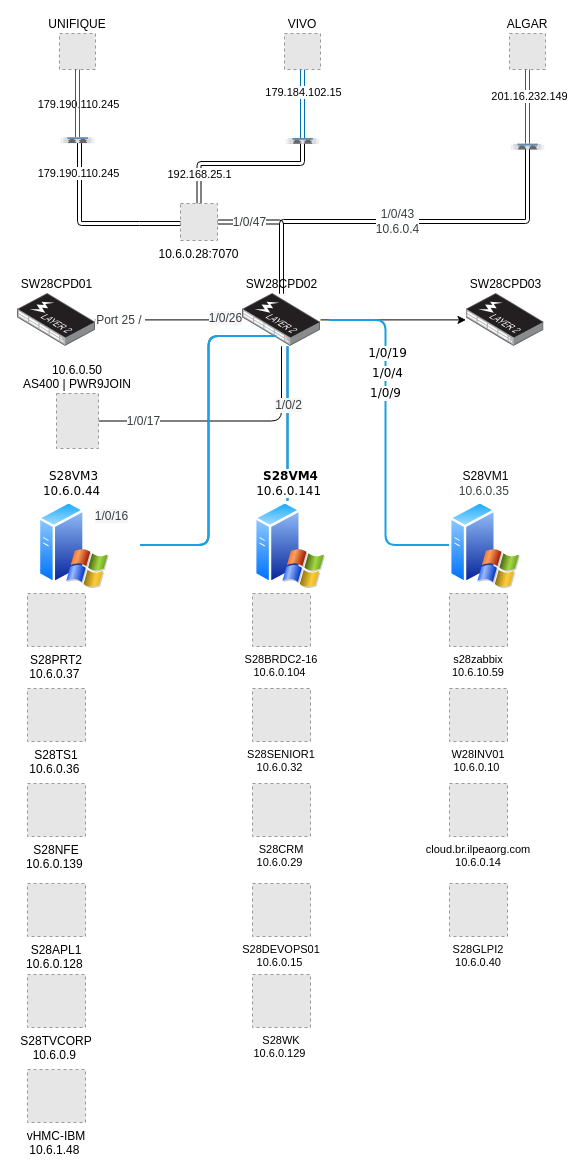
hotschumacher/HyperV keeps this draw.io diagram as iLPEA DO bRASIL.drawio. Above is the earlier version. Source tidied: cells renumbered, new cells numbered last; positions are measured from the earlier drawing's top-left corner, leaving out a move shared by most shapes. Both pictures are drawn from the tidied source at 100%, with x=0, y=0 at pixel (17, 33). Pictures stored in the file or linked from it are replaced by grey dashed boxes.
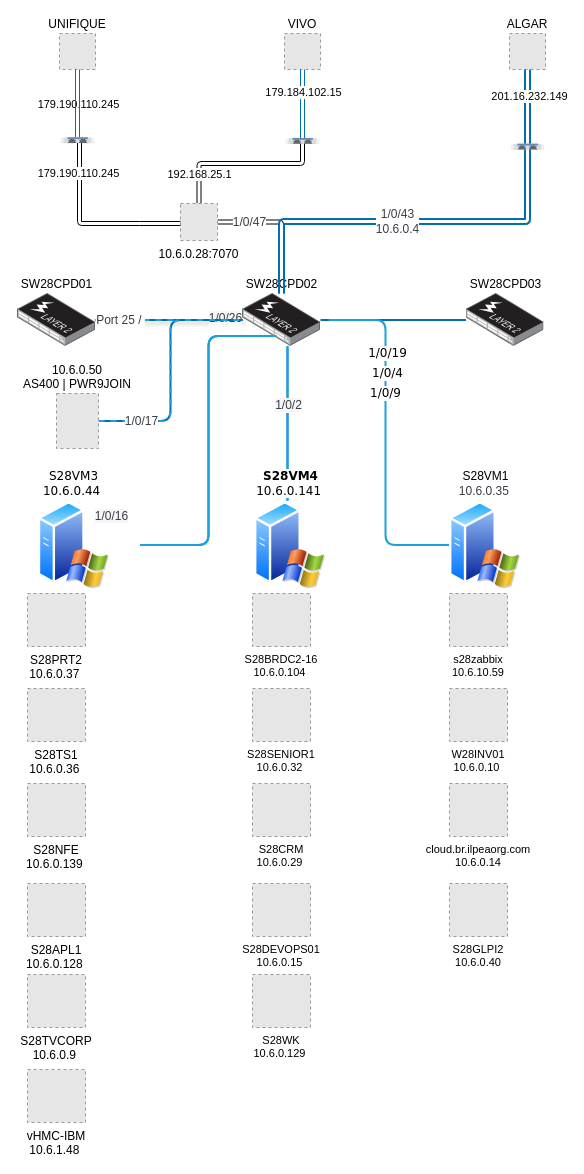
After the change.

The change refers to these unchanged cells:
```xml
<mxCell id="4" value="ALGAR" style="fillColor=#E6E6E6;strokeColor=#999999;dashed=1;verticalLabelPosition=top;labelBackgroundColor=#ffffff;verticalAlign=bottom;labelPosition=center;align=center;" parent="1" vertex="1">
  <mxGeometry x="492" width="36" height="36" as="geometry" />
</mxCell>
<mxCell id="13" value="SW28CPD01" style="image;points=[];html=1;align=center;shadow=0;dashed=0;image=img/lib/allied_telesis/switch/Switch_48_port_L2_POE.svg;labelPosition=center;verticalLabelPosition=top;verticalAlign=bottom;rounded=1;" parent="1" vertex="1">
  <mxGeometry y="260" width="78" height="52.8" as="geometry" />
</mxCell>
<mxCell id="15" value="SW28CPD02" style="image;points=[];html=1;align=center;shadow=0;dashed=0;image=img/lib/allied_telesis/switch/Switch_48_port_L2_POE.svg;labelPosition=center;verticalLabelPosition=top;verticalAlign=bottom;rounded=1;" parent="1" vertex="1">
  <mxGeometry x="225" y="260" width="78" height="52.8" as="geometry" />
</mxCell>
<mxCell id="16" value="SW28CPD03" style="image;points=[];html=1;align=center;shadow=0;dashed=0;image=img/lib/allied_telesis/switch/Switch_48_port_L2_POE.svg;labelPosition=center;verticalLabelPosition=top;verticalAlign=bottom;rounded=1;" parent="1" vertex="1">
  <mxGeometry x="448.5" y="260" width="78" height="52.8" as="geometry" />
</mxCell>
<mxCell id="27" style="html=1;verticalLabelPosition=bottom;verticalAlign=top;outlineConnect=0;shadow=0;dashed=0;shape=mxgraph.rack.hpe_aruba.switches.fibre_qsfp;rounded=1;" parent="1" vertex="1">
  <mxGeometry x="493.5" y="110.2" width="33" height="5.7" as="geometry" />
</mxCell>
<mxCell id="32" value="10.6.0.50&#10;AS400 | PWR9JOIN" style="fillColor=#E6E6E6;strokeColor=#999999;dashed=1;verticalLabelPosition=top;labelBackgroundColor=#ffffff;verticalAlign=bottom;labelPosition=center;align=center;" parent="1" vertex="1">
  <mxGeometry x="39" y="360" width="42" height="55" as="geometry" />
</mxCell>
```

The edit, as a diff of the source:
```diff
@@
-    <mxCell id="10" style="edgeStyle=orthogonalEdgeStyle;rounded=1;jettySize=auto;html=1;" parent="1" edge="1" source="13" target="15">
+    <mxCell id="10" style="edgeStyle=elbowEdgeStyle;rounded=1;jettySize=auto;html=1;shape=wire;dashed=1;strokeWidth=2;shadow=1;fillColor=#1ba1e2;strokeColor=#006EAF;align=center;verticalAlign=middle;fontFamily=Helvetica;fontSize=11;fontColor=default;labelBackgroundColor=default;endArrow=none;endFill=0;" parent="1" edge="1" source="13" target="15">
       <mxGeometry relative="1" as="geometry" />
     </mxCell>
-    <mxCell id="11" value="&lt;span style=&quot;color: rgb(57, 62, 70); font-family: Arial, sans-serif; font-size: 12px; text-align: start; white-space-collapse: preserve; background-color: rgb(255, 255, 255);&quot;&gt;Port 25 / &lt;/span&gt;" style="edgeLabel;html=1;align=center;verticalAlign=middle;rounded=1;" parent="10" vertex="1">
+    <mxCell id="11" value="&lt;span style=&quot;color: rgb(57, 62, 70); font-family: Arial, sans-serif; font-size: 12px; text-align: start; white-space-collapse: preserve; background-color: rgb(255, 255, 255);&quot;&gt;Port 25 / &lt;/span&gt;" style="edgeLabel;html=1;align=center;verticalAlign=middle;rounded=1;strokeColor=#006EAF;strokeWidth=2;fontFamily=Helvetica;fontSize=11;fontColor=default;labelBackgroundColor=default;fillColor=#1ba1e2;" parent="10" vertex="1">
       <mxGeometry x="-0.35" relative="1" as="geometry">
         <mxPoint x="-24" as="offset" />
       </mxGeometry>
     </mxCell>
-    <mxCell id="12" value="&lt;span style=&quot;color: rgb(57, 62, 70); font-family: Arial, sans-serif; font-size: 12px; text-align: start; white-space-collapse: preserve; background-color: rgb(246, 246, 246);&quot;&gt;1/0/26&lt;/span&gt;" style="edgeLabel;html=1;align=center;verticalAlign=middle;rounded=1;" parent="10" vertex="1">
+    <mxCell id="12" value="&lt;span style=&quot;color: rgb(57, 62, 70); font-family: Arial, sans-serif; font-size: 12px; text-align: start; white-space-collapse: preserve; background-color: rgb(246, 246, 246);&quot;&gt;1/0/26&lt;/span&gt;" style="edgeLabel;html=1;align=center;verticalAlign=middle;rounded=1;strokeColor=#006EAF;strokeWidth=2;fontFamily=Helvetica;fontSize=11;fontColor=default;labelBackgroundColor=default;fillColor=#1ba1e2;" parent="10" vertex="1">
       <mxGeometry x="0.35" y="2" relative="1" as="geometry">
         <mxPoint x="30" as="offset" />
       </mxGeometry>
     </mxCell>
@@
-    <mxCell id="14" style="edgeStyle=orthogonalEdgeStyle;rounded=1;jettySize=auto;html=1;" parent="1" edge="1" source="15" target="16">
+    <mxCell id="14" style="edgeStyle=elbowEdgeStyle;rounded=1;jettySize=auto;html=1;strokeColor=#006EAF;strokeWidth=2;align=center;verticalAlign=middle;fontFamily=Helvetica;fontSize=11;fontColor=default;labelBackgroundColor=default;endArrow=none;endFill=0;fillColor=#1ba1e2;" parent="1" edge="1" source="15" target="16">
       <mxGeometry relative="1" as="geometry" />
     </mxCell>
@@
-    <mxCell id="25" style="edgeStyle=orthogonalEdgeStyle;shape=link;rounded=1;jettySize=auto;html=1;entryX=0.5;entryY=1;entryDx=0;entryDy=0;fillColor=#1ba1e2;strokeColor=#006EAF;" parent="1" edge="1" source="27" target="4">
+    <mxCell id="25" style="edgeStyle=elbowEdgeStyle;shape=link;rounded=1;jettySize=auto;html=1;entryX=0.5;entryY=1;entryDx=0;entryDy=0;fillColor=#1ba1e2;strokeColor=#006EAF;strokeWidth=2;align=center;verticalAlign=middle;fontFamily=Helvetica;fontSize=11;fontColor=default;labelBackgroundColor=default;endArrow=none;endFill=0;" parent="1" edge="1" source="27" target="4">
       <mxGeometry relative="1" as="geometry" />
     </mxCell>
-    <mxCell id="26" value="201.16.232.149" style="edgeLabel;html=1;align=center;verticalAlign=middle;rounded=1;" parent="25" vertex="1">
+    <mxCell id="26" value="201.16.232.149" style="edgeLabel;html=1;align=center;verticalAlign=middle;rounded=1;strokeColor=#006EAF;strokeWidth=2;fontFamily=Helvetica;fontSize=11;fontColor=default;labelBackgroundColor=default;fillColor=#1ba1e2;" parent="25" vertex="1">
       <mxGeometry x="0.3" y="-1" relative="1" as="geometry" />
     </mxCell>
@@
-    <mxCell id="28" style="edgeStyle=elbowEdgeStyle;shape=link;rounded=1;jettySize=auto;html=1;elbow=vertical;" parent="1" edge="1" source="27" target="15">
+    <mxCell id="28" style="edgeStyle=elbowEdgeStyle;shape=link;rounded=1;jettySize=auto;html=1;elbow=vertical;strokeColor=#006EAF;strokeWidth=2;align=center;verticalAlign=middle;fontFamily=Helvetica;fontSize=11;fontColor=default;labelBackgroundColor=default;endArrow=none;endFill=0;fillColor=#1ba1e2;" parent="1" edge="1" source="27" target="15">
       <mxGeometry relative="1" as="geometry" />
     </mxCell>
-    <mxCell id="29" value="&lt;span style=&quot;color: rgb(57, 62, 70); font-family: Arial, sans-serif; font-size: 12px; text-align: start; background-color: rgb(255, 255, 255);&quot;&gt;1/0/43&lt;br&gt;10.6.0.4&lt;/span&gt;" style="edgeLabel;html=1;align=center;verticalAlign=middle;rounded=1;" parent="28" vertex="1">
+    <mxCell id="29" value="&lt;span style=&quot;color: rgb(57, 62, 70); font-family: Arial, sans-serif; font-size: 12px; text-align: start; background-color: rgb(255, 255, 255);&quot;&gt;1/0/43&lt;br&gt;10.6.0.4&lt;/span&gt;" style="edgeLabel;html=1;align=center;verticalAlign=middle;rounded=1;strokeColor=#006EAF;strokeWidth=2;fontFamily=Helvetica;fontSize=11;fontColor=default;labelBackgroundColor=default;fillColor=#1ba1e2;" parent="28" vertex="1">
       <mxGeometry x="0.11" y="-1" relative="1" as="geometry">
         <mxPoint x="14" as="offset" />
       </mxGeometry>
     </mxCell>
-    <mxCell id="30" style="edgeStyle=orthogonalEdgeStyle;shape=wire;rounded=1;jettySize=auto;html=1;dashed=1;endArrow=none;endFill=0;" parent="1" edge="1" source="32" target="15">
+    <mxCell id="30" style="edgeStyle=elbowEdgeStyle;shape=wire;rounded=1;jettySize=auto;html=1;dashed=1;endArrow=none;endFill=0;strokeColor=#006EAF;strokeWidth=2;align=center;verticalAlign=middle;fontFamily=Helvetica;fontSize=11;fontColor=default;labelBackgroundColor=default;fillColor=#1ba1e2;" parent="1" edge="1" source="32" target="15">
       <mxGeometry relative="1" as="geometry" />
     </mxCell>
-    <mxCell id="31" value="&lt;span style=&quot;color: rgb(57, 62, 70); font-family: Arial, sans-serif; font-size: 12px; text-align: start; white-space-collapse: preserve; background-color: rgb(255, 255, 255);&quot;&gt;1/0/17&lt;/span&gt;" style="edgeLabel;html=1;align=center;verticalAlign=middle;rounded=1;" parent="30" vertex="1">
+    <mxCell id="31" value="&lt;span style=&quot;color: rgb(57, 62, 70); font-family: Arial, sans-serif; font-size: 12px; text-align: start; white-space-collapse: preserve; background-color: rgb(255, 255, 255);&quot;&gt;1/0/17&lt;/span&gt;" style="edgeLabel;html=1;align=center;verticalAlign=middle;rounded=1;strokeColor=#006EAF;strokeWidth=2;fontFamily=Helvetica;fontSize=11;fontColor=default;labelBackgroundColor=default;fillColor=#1ba1e2;" parent="30" vertex="1">
       <mxGeometry x="-0.72" y="1" relative="1" as="geometry">
         <mxPoint x="8" y="1" as="offset" />
       </mxGeometry>
     </mxCell>
```
